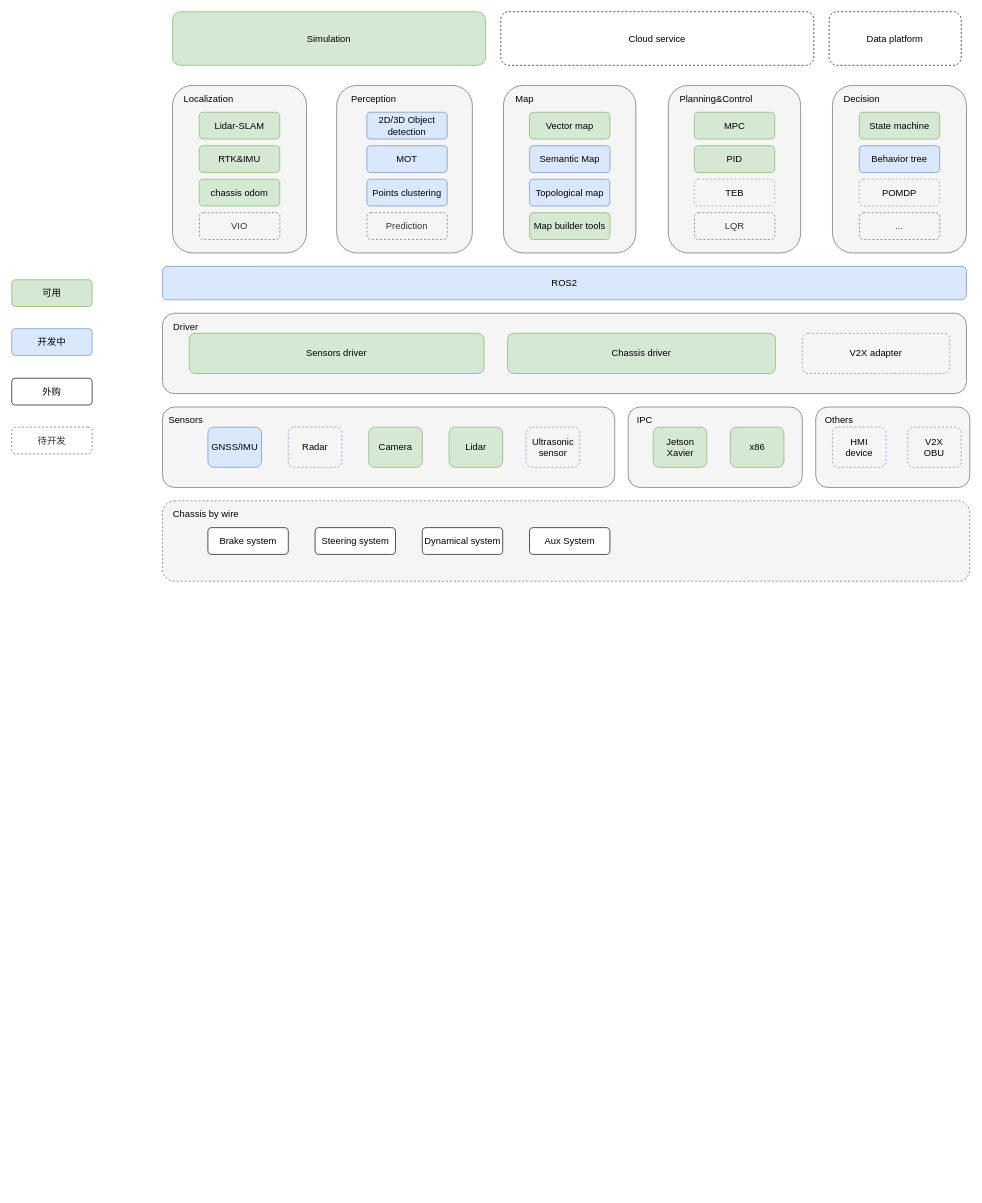
mMikaa00/For_draw_io keeps this draw.io diagram as ADU/ADU_system_structure.drawio. Above is the earlier version. Source tidied: cells renumbered, new cells numbered last; positions are measured from the earlier drawing's top-left corner, leaving out a move shared by most shapes. Both pictures are drawn from the tidied source at 67%, with x=0, y=0 at pixel (11, 11).
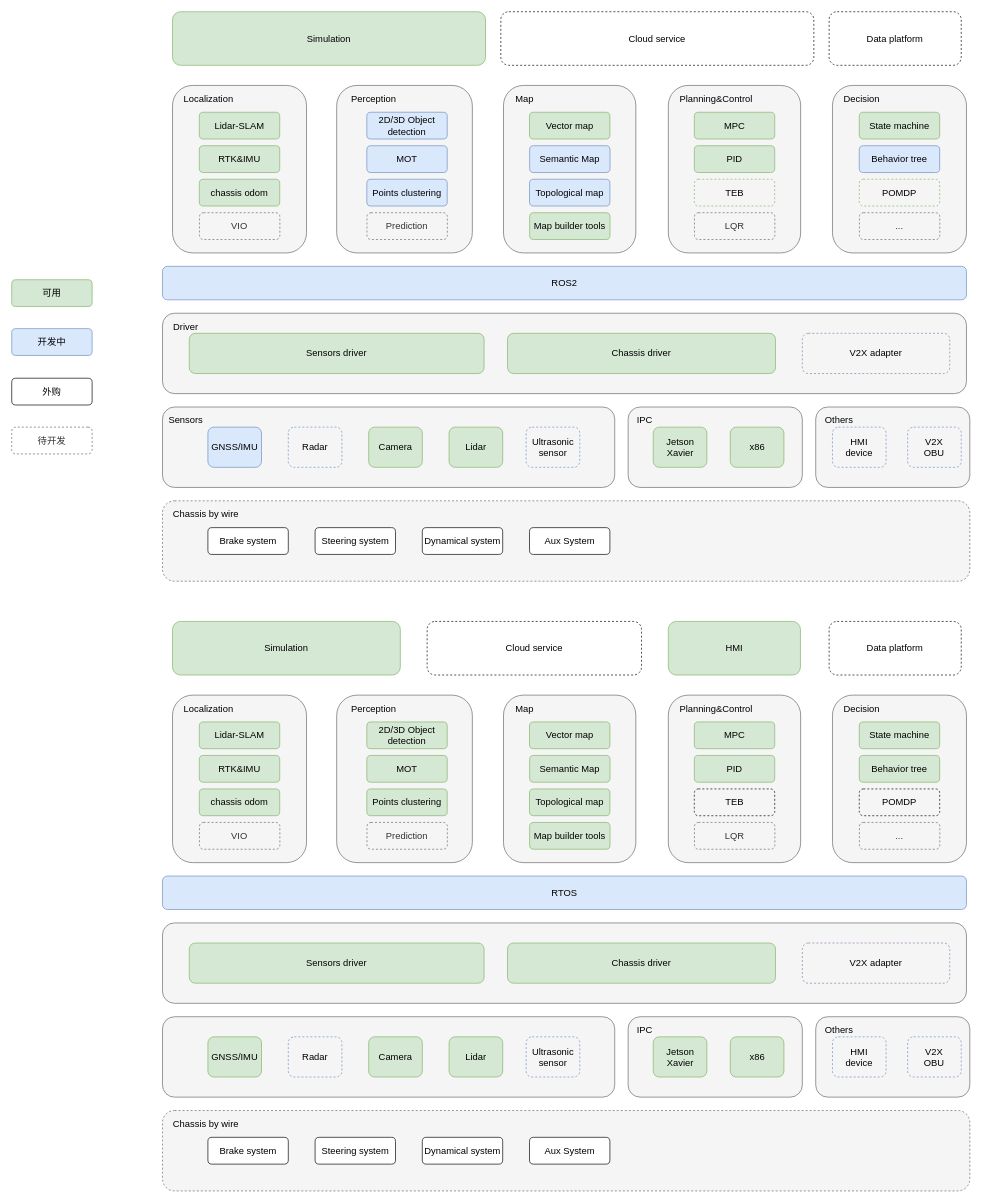
Above is the later version.

Change to the diagram source:
```diff
@@
+    <mxCell id="66" style="rounded=1;whiteSpace=wrap;html=1;fontSize=14;fillColor=#f5f5f5;strokeColor=#666666;fontColor=#333333;" parent="1" vertex="1">
+      <mxGeometry x="1200" y="1500" width="230" height="120" as="geometry" />
+    </mxCell>
+    <mxCell id="67" style="rounded=1;whiteSpace=wrap;html=1;fontSize=14;fillColor=#f5f5f5;strokeColor=#666666;fontColor=#333333;" parent="1" vertex="1">
+      <mxGeometry x="225" y="1500" width="675" height="120" as="geometry" />
+    </mxCell>
+    <mxCell id="68" style="rounded=1;whiteSpace=wrap;html=1;fontSize=14;dashed=1;fillColor=#f5f5f5;strokeColor=#666666;fontColor=#333333;" parent="1" vertex="1">
+      <mxGeometry x="225" y="1640" width="1205" height="120" as="geometry" />
+    </mxCell>
+    <mxCell id="69" value="Brake system" style="rounded=1;whiteSpace=wrap;html=1;fontSize=14;" parent="1" vertex="1">
+      <mxGeometry x="292.8" y="1680" width="120" height="40" as="geometry" />
+    </mxCell>
+    <mxCell id="70" value="Steering system" style="rounded=1;whiteSpace=wrap;html=1;fontSize=14;" parent="1" vertex="1">
+      <mxGeometry x="452.8" y="1680" width="120" height="40" as="geometry" />
+    </mxCell>
+    <mxCell id="71" value="Dynamical system" style="rounded=1;whiteSpace=wrap;html=1;fontSize=14;" parent="1" vertex="1">
+      <mxGeometry x="612.8" y="1680" width="120" height="40" as="geometry" />
+    </mxCell>
+    <mxCell id="72" value="Aux System" style="rounded=1;whiteSpace=wrap;html=1;fontSize=14;" parent="1" vertex="1">
+      <mxGeometry x="772.8" y="1680" width="120" height="40" as="geometry" />
+    </mxCell>
+    <mxCell id="73" value="Chassis by wire" style="text;html=1;strokeColor=none;fillColor=none;align=center;verticalAlign=middle;whiteSpace=wrap;rounded=0;dashed=1;fontSize=14;" parent="1" vertex="1">
+      <mxGeometry x="225" y="1650" width="130" height="20" as="geometry" />
+    </mxCell>
+    <mxCell id="74" value="Lidar" style="rounded=1;whiteSpace=wrap;html=1;fontSize=14;fillColor=#d5e8d4;strokeColor=#82b366;" parent="1" vertex="1">
+      <mxGeometry x="652.8" y="1530" width="80" height="60" as="geometry" />
+    </mxCell>
+    <mxCell id="75" value="Camera" style="rounded=1;whiteSpace=wrap;html=1;fontSize=14;fillColor=#d5e8d4;strokeColor=#82b366;" parent="1" vertex="1">
+      <mxGeometry x="532.8" y="1530" width="80" height="60" as="geometry" />
+    </mxCell>
+    <mxCell id="76" value="Radar" style="rounded=1;whiteSpace=wrap;html=1;fontSize=14;fillColor=none;strokeColor=#6c8ebf;dashed=1;" parent="1" vertex="1">
+      <mxGeometry x="412.8" y="1530" width="80" height="60" as="geometry" />
+    </mxCell>
+    <mxCell id="77" value="GNSS/IMU" style="rounded=1;whiteSpace=wrap;html=1;fontSize=14;fillColor=#d5e8d4;strokeColor=#82b366;" parent="1" vertex="1">
+      <mxGeometry x="292.8" y="1530" width="80" height="60" as="geometry" />
+    </mxCell>
+    <mxCell id="78" style="rounded=1;whiteSpace=wrap;html=1;fontSize=14;fillColor=#f5f5f5;strokeColor=#666666;fontColor=#333333;" parent="1" vertex="1">
+      <mxGeometry x="225" y="1360" width="1200" height="120" as="geometry" />
+    </mxCell>
+    <mxCell id="79" value="Chassis driver" style="rounded=1;whiteSpace=wrap;html=1;fontSize=14;fillColor=#d5e8d4;strokeColor=#82b366;" parent="1" vertex="1">
+      <mxGeometry x="740" y="1390" width="400" height="60" as="geometry" />
+    </mxCell>
+    <mxCell id="80" value="Sensors driver" style="rounded=1;whiteSpace=wrap;html=1;fontSize=14;fillColor=#d5e8d4;strokeColor=#82b366;" parent="1" vertex="1">
+      <mxGeometry x="265" y="1390" width="440" height="60" as="geometry" />
+    </mxCell>
+    <mxCell id="81" style="rounded=1;whiteSpace=wrap;html=1;fontSize=14;fillColor=#f5f5f5;strokeColor=#666666;fontColor=#333333;" parent="1" vertex="1">
+      <mxGeometry x="240" y="1020" width="200" height="250" as="geometry" />
+    </mxCell>
+    <mxCell id="82" style="rounded=1;whiteSpace=wrap;html=1;fontSize=14;fillColor=#f5f5f5;fontColor=#333333;strokeColor=#666666;" parent="1" vertex="1">
+      <mxGeometry x="485" y="1020" width="202.5" height="250" as="geometry" />
+    </mxCell>
+    <mxCell id="83" style="rounded=1;whiteSpace=wrap;html=1;fontSize=14;fillColor=#f5f5f5;strokeColor=#666666;fontColor=#333333;" parent="1" vertex="1">
+      <mxGeometry x="734" y="1020" width="197.5" height="250" as="geometry" />
+    </mxCell>
+    <mxCell id="84" style="rounded=1;whiteSpace=wrap;html=1;fontSize=14;fillColor=#f5f5f5;strokeColor=#666666;fontColor=#333333;" parent="1" vertex="1">
+      <mxGeometry x="980" y="1020" width="197.5" height="250" as="geometry" />
+    </mxCell>
+    <mxCell id="85" style="rounded=1;whiteSpace=wrap;html=1;fontSize=14;fillColor=#f5f5f5;strokeColor=#666666;fontColor=#333333;" parent="1" vertex="1">
+      <mxGeometry x="1225" y="1020" width="200" height="250" as="geometry" />
+    </mxCell>
+    <mxCell id="86" value="Localization" style="text;html=1;strokeColor=none;fillColor=none;align=left;verticalAlign=middle;whiteSpace=wrap;rounded=0;dashed=1;fontSize=14;" parent="1" vertex="1">
+      <mxGeometry x="255" y="1030" width="130" height="20" as="geometry" />
+    </mxCell>
+    <mxCell id="87" value="Perception" style="text;html=1;strokeColor=none;fillColor=none;align=left;verticalAlign=middle;whiteSpace=wrap;rounded=0;dashed=1;fontSize=14;" parent="1" vertex="1">
+      <mxGeometry x="505" y="1030" width="130" height="20" as="geometry" />
+    </mxCell>
+    <mxCell id="88" value="Map" style="text;html=1;strokeColor=none;fillColor=none;align=left;verticalAlign=middle;whiteSpace=wrap;rounded=0;fontSize=14;" parent="1" vertex="1">
+      <mxGeometry x="750" y="1030" width="130" height="20" as="geometry" />
+    </mxCell>
+    <mxCell id="89" value="Planning&amp;amp;Control" style="text;html=1;strokeColor=none;fillColor=none;align=left;verticalAlign=middle;whiteSpace=wrap;rounded=0;dashed=1;fontSize=14;" parent="1" vertex="1">
+      <mxGeometry x="995" y="1030" width="130" height="20" as="geometry" />
+    </mxCell>
+    <mxCell id="90" value="Lidar-SLAM" style="rounded=1;whiteSpace=wrap;html=1;fontSize=14;fillColor=#d5e8d4;strokeColor=#82b366;" parent="1" vertex="1">
+      <mxGeometry x="280" y="1060" width="120" height="40" as="geometry" />
+    </mxCell>
+    <mxCell id="91" value="RTK&amp;amp;IMU" style="rounded=1;whiteSpace=wrap;html=1;fontSize=14;fillColor=#d5e8d4;strokeColor=#82b366;" parent="1" vertex="1">
+      <mxGeometry x="280" y="1110" width="120" height="40" as="geometry" />
+    </mxCell>
+    <mxCell id="92" value="VIO" style="rounded=1;whiteSpace=wrap;html=1;fontSize=14;fillColor=none;strokeColor=#666666;fontColor=#333333;dashed=1;" parent="1" vertex="1">
+      <mxGeometry x="280.2" y="1210" width="120" height="40" as="geometry" />
+    </mxCell>
+    <mxCell id="93" value="2D/3D Object detection" style="rounded=1;whiteSpace=wrap;html=1;fontSize=14;strokeColor=#82b366;fillColor=#d5e8d4;" parent="1" vertex="1">
+      <mxGeometry x="530" y="1060" width="120" height="40" as="geometry" />
+    </mxCell>
+    <mxCell id="94" value="MOT" style="rounded=1;whiteSpace=wrap;html=1;fontSize=14;strokeColor=#82b366;fillColor=#d5e8d4;" parent="1" vertex="1">
+      <mxGeometry x="530" y="1110" width="120" height="40" as="geometry" />
+    </mxCell>
+    <mxCell id="95" value="Prediction" style="rounded=1;whiteSpace=wrap;html=1;fontSize=14;strokeColor=#666666;fontColor=#333333;fillColor=none;dashed=1;" parent="1" vertex="1">
+      <mxGeometry x="530.2" y="1210" width="120" height="40" as="geometry" />
+    </mxCell>
+    <mxCell id="96" value="&lt;span style=&quot;color: rgb(0 , 0 , 0)&quot;&gt;Semantic Map&lt;/span&gt;" style="rounded=1;whiteSpace=wrap;html=1;fontSize=14;fillColor=#d5e8d4;strokeColor=#82b366;" parent="1" vertex="1">
+      <mxGeometry x="773" y="1110" width="120" height="40" as="geometry" />
+    </mxCell>
+    <mxCell id="97" value="Vector map" style="rounded=1;whiteSpace=wrap;html=1;fontSize=14;fillColor=#d5e8d4;strokeColor=#82b366;" parent="1" vertex="1">
+      <mxGeometry x="772.8" y="1060" width="120" height="40" as="geometry" />
+    </mxCell>
+    <mxCell id="98" value="Map builder tools" style="rounded=1;whiteSpace=wrap;html=1;fontSize=14;fillColor=#d5e8d4;strokeColor=#82b366;" parent="1" vertex="1">
+      <mxGeometry x="773" y="1210" width="120" height="40" as="geometry" />
+    </mxCell>
+    <mxCell id="99" value="MPC" style="rounded=1;whiteSpace=wrap;html=1;fontSize=14;fillColor=#d5e8d4;strokeColor=#82b366;" parent="1" vertex="1">
+      <mxGeometry x="1018.8" y="1060" width="120" height="40" as="geometry" />
+    </mxCell>
+    <mxCell id="100" value="PID" style="rounded=1;whiteSpace=wrap;html=1;fontSize=14;fillColor=#d5e8d4;strokeColor=#82b366;" parent="1" vertex="1">
+      <mxGeometry x="1018.8" y="1110" width="120" height="40" as="geometry" />
+    </mxCell>
+    <mxCell id="101" value="LQR" style="rounded=1;whiteSpace=wrap;html=1;fontSize=14;fillColor=#f5f5f5;strokeColor=#666666;fontColor=#333333;dashed=1;" parent="1" vertex="1">
+      <mxGeometry x="1019" y="1210" width="120" height="40" as="geometry" />
+    </mxCell>
+    <mxCell id="102" value="&lt;span style=&quot;text-align: center&quot;&gt;Decision&lt;/span&gt;" style="text;html=1;strokeColor=none;fillColor=none;align=left;verticalAlign=middle;whiteSpace=wrap;rounded=0;dashed=1;fontSize=14;" parent="1" vertex="1">
+      <mxGeometry x="1240" y="1030" width="130" height="20" as="geometry" />
+    </mxCell>
+    <mxCell id="103" value="Behavior tree" style="rounded=1;whiteSpace=wrap;html=1;fontSize=14;fillColor=#d5e8d4;strokeColor=#82b366;" parent="1" vertex="1">
+      <mxGeometry x="1265" y="1110" width="120" height="40" as="geometry" />
+    </mxCell>
+    <mxCell id="104" value="State machine" style="rounded=1;whiteSpace=wrap;html=1;fontSize=14;fillColor=#d5e8d4;strokeColor=#82b366;" parent="1" vertex="1">
+      <mxGeometry x="1265" y="1060" width="120" height="40" as="geometry" />
+    </mxCell>
+    <mxCell id="105" value="..." style="rounded=1;whiteSpace=wrap;html=1;fontSize=14;fillColor=#f5f5f5;strokeColor=#666666;fontColor=#333333;dashed=1;" parent="1" vertex="1">
+      <mxGeometry x="1265.2" y="1210" width="120" height="40" as="geometry" />
+    </mxCell>
+    <mxCell id="106" value="RTOS" style="rounded=1;whiteSpace=wrap;html=1;fontSize=14;fillColor=#dae8fc;strokeColor=#6c8ebf;" parent="1" vertex="1">
+      <mxGeometry x="225" y="1290" width="1200" height="50" as="geometry" />
+    </mxCell>
+    <mxCell id="107" value="Cloud service" style="rounded=1;whiteSpace=wrap;html=1;fontSize=14;dashed=1;fillColor=none;" parent="1" vertex="1">
+      <mxGeometry x="620" y="910" width="320" height="80" as="geometry" />
+    </mxCell>
+    <mxCell id="108" value="Data platform" style="rounded=1;whiteSpace=wrap;html=1;fontSize=14;dashed=1;fillColor=none;" parent="1" vertex="1">
+      <mxGeometry x="1220" y="910" width="197.2" height="80" as="geometry" />
+    </mxCell>
+    <mxCell id="109" value="Ultrasonic sensor" style="rounded=1;whiteSpace=wrap;html=1;fontSize=14;fillColor=none;strokeColor=#6c8ebf;dashed=1;" parent="1" vertex="1">
+      <mxGeometry x="767.8" y="1530" width="80" height="60" as="geometry" />
+    </mxCell>
+    <mxCell id="110" style="rounded=1;whiteSpace=wrap;html=1;fontSize=14;fillColor=#f5f5f5;strokeColor=#666666;fontColor=#333333;" parent="1" vertex="1">
+      <mxGeometry x="920" y="1500" width="260" height="120" as="geometry" />
+    </mxCell>
+    <mxCell id="111" value="IPC" style="text;html=1;strokeColor=none;fillColor=none;align=center;verticalAlign=middle;whiteSpace=wrap;rounded=0;dashed=1;fontSize=14;" parent="1" vertex="1">
+      <mxGeometry x="910" y="1510" width="70" height="20" as="geometry" />
+    </mxCell>
+    <mxCell id="112" value="Jetson Xavier" style="rounded=1;whiteSpace=wrap;html=1;fontSize=14;fillColor=#d5e8d4;strokeColor=#82b366;" parent="1" vertex="1">
+      <mxGeometry x="957.5" y="1530" width="80" height="60" as="geometry" />
+    </mxCell>
+    <mxCell id="113" value="x86" style="rounded=1;whiteSpace=wrap;html=1;fontSize=14;fillColor=#d5e8d4;strokeColor=#82b366;" parent="1" vertex="1">
+      <mxGeometry x="1072.5" y="1530" width="80" height="60" as="geometry" />
+    </mxCell>
+    <mxCell id="114" value="HMI&lt;br&gt;device" style="rounded=1;whiteSpace=wrap;html=1;fontSize=14;fillColor=none;strokeColor=#6c8ebf;dashed=1;" parent="1" vertex="1">
+      <mxGeometry x="1225" y="1530" width="80" height="60" as="geometry" />
+    </mxCell>
+    <mxCell id="115" value="Others" style="text;html=1;strokeColor=none;fillColor=none;align=center;verticalAlign=middle;whiteSpace=wrap;rounded=0;dashed=1;fontSize=14;" parent="1" vertex="1">
+      <mxGeometry x="1200" y="1510" width="70" height="20" as="geometry" />
+    </mxCell>
+    <mxCell id="116" value="V2X&lt;br&gt;OBU" style="rounded=1;whiteSpace=wrap;html=1;fontSize=14;fillColor=none;strokeColor=#6c8ebf;dashed=1;" parent="1" vertex="1">
+      <mxGeometry x="1337.2" y="1530" width="80" height="60" as="geometry" />
+    </mxCell>
+    <mxCell id="117" value="V2X adapter" style="rounded=1;whiteSpace=wrap;html=1;fontSize=14;fillColor=none;strokeColor=#9673a6;dashed=1;" parent="1" vertex="1">
+      <mxGeometry x="1180" y="1390" width="220" height="60" as="geometry" />
+    </mxCell>
+    <mxCell id="118" value="chassis odom" style="rounded=1;whiteSpace=wrap;html=1;fontSize=14;fillColor=#d5e8d4;strokeColor=#82b366;" parent="1" vertex="1">
+      <mxGeometry x="280" y="1160" width="120" height="40" as="geometry" />
+    </mxCell>
+    <mxCell id="119" value="Points clustering" style="rounded=1;whiteSpace=wrap;html=1;fontSize=14;strokeColor=#82b366;fillColor=#d5e8d4;" parent="1" vertex="1">
+      <mxGeometry x="530" y="1160" width="120" height="40" as="geometry" />
+    </mxCell>
+    <mxCell id="120" value="Topological map" style="rounded=1;whiteSpace=wrap;html=1;fontSize=14;fillColor=#d5e8d4;strokeColor=#82b366;" parent="1" vertex="1">
+      <mxGeometry x="772.8" y="1160" width="120" height="40" as="geometry" />
+    </mxCell>
+    <mxCell id="121" value="TEB" style="rounded=1;whiteSpace=wrap;html=1;fontSize=14;fillColor=none;strokeColor=#000000;dashed=1;" parent="1" vertex="1">
+      <mxGeometry x="1018.8" y="1160" width="120" height="40" as="geometry" />
+    </mxCell>
+    <mxCell id="122" value="POMDP" style="rounded=1;whiteSpace=wrap;html=1;fontSize=14;fillColor=none;strokeColor=#000000;dashed=1;" parent="1" vertex="1">
+      <mxGeometry x="1265" y="1160" width="120" height="40" as="geometry" />
+    </mxCell>
+    <mxCell id="123" value="Simulation" style="rounded=1;whiteSpace=wrap;html=1;fontSize=14;fillColor=#d5e8d4;strokeColor=#82b366;" parent="1" vertex="1">
+      <mxGeometry x="240" y="910" width="340" height="80" as="geometry" />
+    </mxCell>
+    <mxCell id="124" value="HMI" style="rounded=1;whiteSpace=wrap;html=1;fontSize=14;fillColor=#d5e8d4;strokeColor=#82b366;" parent="1" vertex="1">
+      <mxGeometry x="980" y="910" width="197.2" height="80" as="geometry" />
+    </mxCell>
```
